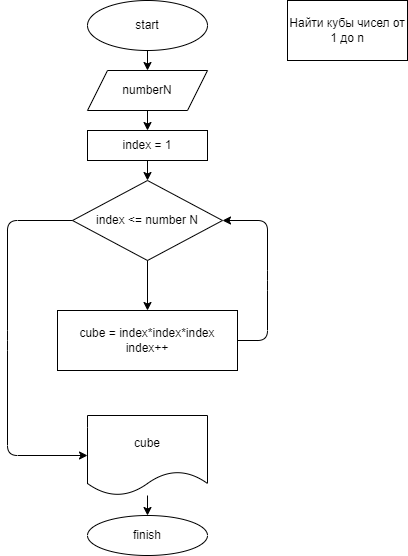
RomanenkoElena/Homework3 keeps this draw.io diagram as ex23/diagram23.png. Above is the earlier version. Source tidied: cells renumbered, new cells last; positions are measured from the earlier drawing's top-left corner, leaving out a move shared by most shapes. Its diagram source:
```xml
<mxGraphModel background="#ffffff">
  <root>
    <mxCell id="0" />
    <mxCell id="1" parent="0" />
    <mxCell id="2" value="start" style="ellipse;whiteSpace=wrap;html=1;" parent="1" vertex="1">
      <mxGeometry x="80" width="120" height="50" as="geometry" />
    </mxCell>
    <mxCell id="3" value="Найти кубы чисел от 1 до n" style="rounded=0;whiteSpace=wrap;html=1;" parent="1" vertex="1">
      <mxGeometry x="280" width="120" height="60" as="geometry" />
    </mxCell>
    <mxCell id="4" value="numberN" style="shape=parallelogram;perimeter=parallelogramPerimeter;whiteSpace=wrap;html=1;fixedSize=1;" parent="1" vertex="1">
      <mxGeometry x="80" y="70" width="120" height="40" as="geometry" />
    </mxCell>
    <mxCell id="5" value="index = 1&lt;br&gt;" style="rounded=0;whiteSpace=wrap;html=1;" parent="1" vertex="1">
      <mxGeometry x="80" y="130" width="120" height="30" as="geometry" />
    </mxCell>
    <mxCell id="6" value="index &amp;lt;= number N" style="rhombus;whiteSpace=wrap;html=1;" parent="1" vertex="1">
      <mxGeometry x="65" y="180" width="150" height="80" as="geometry" />
    </mxCell>
    <mxCell id="7" value="cube = index*index*index&lt;br&gt;index++" style="rounded=0;whiteSpace=wrap;html=1;" parent="1" vertex="1">
      <mxGeometry x="50" y="310" width="180" height="60" as="geometry" />
    </mxCell>
    <mxCell id="8" value="cube" style="shape=document;whiteSpace=wrap;html=1;boundedLbl=1;" parent="1" vertex="1">
      <mxGeometry x="80" y="415" width="120" height="80" as="geometry" />
    </mxCell>
    <mxCell id="9" value="finish" style="ellipse;whiteSpace=wrap;html=1;" parent="1" vertex="1">
      <mxGeometry x="80" y="515" width="120" height="40" as="geometry" />
    </mxCell>
    <mxCell id="10" style="endArrow=classic;html=1;entryX=0.5;entryY=0;entryDx=0;entryDy=0;exitX=0.5;exitY=1;exitDx=0;exitDy=0;" parent="1" edge="1" source="2" target="4">
      <mxGeometry relative="1" as="geometry" />
    </mxCell>
    <mxCell id="11" style="endArrow=classic;html=1;entryX=0.5;entryY=0;entryDx=0;entryDy=0;exitX=0.5;exitY=1;exitDx=0;exitDy=0;" parent="1" edge="1" source="4" target="5">
      <mxGeometry relative="1" as="geometry" />
    </mxCell>
    <mxCell id="12" style="endArrow=classic;html=1;entryX=0.5;entryY=0;entryDx=0;entryDy=0;exitX=0.5;exitY=1;exitDx=0;exitDy=0;" parent="1" edge="1" source="5" target="6">
      <mxGeometry relative="1" as="geometry" />
    </mxCell>
    <mxCell id="13" style="endArrow=classic;html=1;entryX=0.5;entryY=0;entryDx=0;entryDy=0;exitX=0.5;exitY=1;exitDx=0;exitDy=0;" parent="1" edge="1" source="6" target="7">
      <mxGeometry relative="1" as="geometry" />
    </mxCell>
    <mxCell id="14" style="endArrow=classic;html=1;entryX=0;entryY=0.5;entryDx=0;entryDy=0;exitX=0;exitY=0.5;exitDx=0;exitDy=0;" parent="1" edge="1" source="6" target="8">
      <mxGeometry relative="1" as="geometry">
        <Array as="points">
          <mxPoint y="220" />
          <mxPoint y="340" />
          <mxPoint y="455" />
        </Array>
      </mxGeometry>
    </mxCell>
    <mxCell id="15" style="endArrow=classic;html=1;exitX=1;exitY=0.5;exitDx=0;exitDy=0;entryX=1;entryY=0.5;entryDx=0;entryDy=0;" parent="1" edge="1" source="7" target="6">
      <mxGeometry relative="1" as="geometry">
        <Array as="points">
          <mxPoint x="260" y="340" />
          <mxPoint x="260" y="280" />
          <mxPoint x="260" y="220" />
        </Array>
      </mxGeometry>
    </mxCell>
    <mxCell id="16" style="endArrow=classic;html=1;entryX=0.5;entryY=0;entryDx=0;entryDy=0;" parent="1" edge="1" source="8" target="9">
      <mxGeometry relative="1" as="geometry" />
    </mxCell>
  </root>
</mxGraphModel>
```
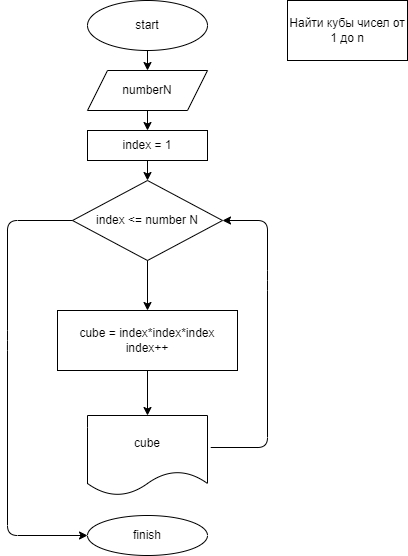
After the change.

Change to the diagram source:
```diff
@@ -38,26 +38,26 @@
     <mxCell id="13" style="endArrow=classic;html=1;entryX=0.5;entryY=0;entryDx=0;entryDy=0;exitX=0.5;exitY=1;exitDx=0;exitDy=0;" parent="1" edge="1" source="6" target="7">
       <mxGeometry relative="1" as="geometry" />
     </mxCell>
-    <mxCell id="14" style="endArrow=classic;html=1;entryX=0;entryY=0.5;entryDx=0;entryDy=0;exitX=0;exitY=0.5;exitDx=0;exitDy=0;" parent="1" edge="1" source="6" target="8">
+    <mxCell id="14" style="endArrow=classic;html=1;entryX=0;entryY=0.5;entryDx=0;entryDy=0;exitX=0;exitY=0.5;exitDx=0;exitDy=0;" parent="1" edge="1" source="6" target="9">
       <mxGeometry relative="1" as="geometry">
         <Array as="points">
           <mxPoint y="220" />
           <mxPoint y="340" />
-          <mxPoint y="455" />
+          <mxPoint y="535" />
         </Array>
       </mxGeometry>
     </mxCell>
-    <mxCell id="15" style="endArrow=classic;html=1;exitX=1;exitY=0.5;exitDx=0;exitDy=0;entryX=1;entryY=0.5;entryDx=0;entryDy=0;" parent="1" edge="1" source="7" target="6">
+    <mxCell id="15" style="endArrow=classic;html=1;exitX=1.027;exitY=0.4;exitDx=0;exitDy=0;entryX=1;entryY=0.5;entryDx=0;entryDy=0;exitPerimeter=0;" parent="1" edge="1" source="8" target="6">
       <mxGeometry relative="1" as="geometry">
         <Array as="points">
-          <mxPoint x="260" y="340" />
+          <mxPoint x="260" y="447" />
           <mxPoint x="260" y="280" />
           <mxPoint x="260" y="220" />
         </Array>
       </mxGeometry>
     </mxCell>
-    <mxCell id="16" style="endArrow=classic;html=1;entryX=0.5;entryY=0;entryDx=0;entryDy=0;" parent="1" edge="1" source="8" target="9">
-      <mxGeometry relative="1" as="geometry" />
-    </mxCell>
+    <mxCell id="17" style="endArrow=classic;html=1;entryX=0.5;entryY=0;entryDx=0;entryDy=0;exitX=0.5;exitY=1;exitDx=0;exitDy=0;" parent="1" edge="1" source="7" target="8">
+      <mxGeometry relative="1" as="geometry" />
+    </mxCell>
   </root>
 </mxGraphModel>
```
